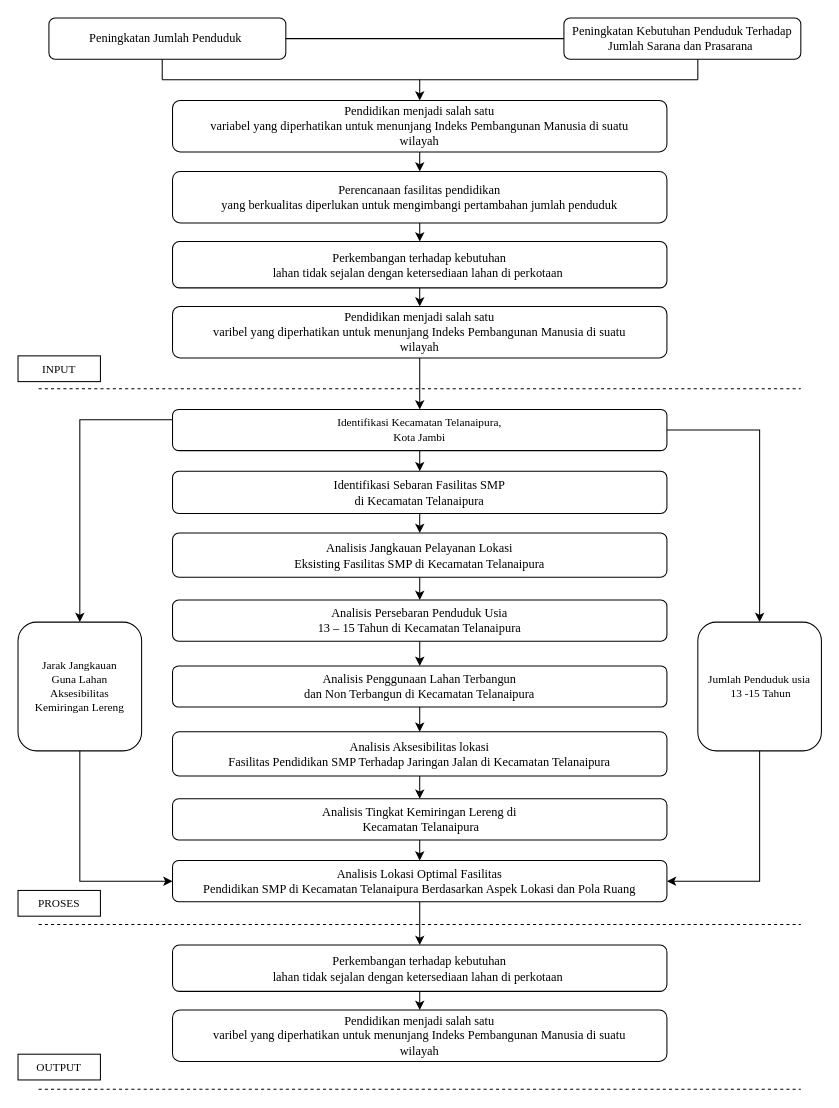
Before: Untitled Diagram.drawio in Farhan250502/KelasA, a draw.io diagram. Source tidied: cells renumbered, new cells numbered last; positions are measured from the earlier drawing's top-left corner, leaving out a move shared by most shapes. Both pictures are drawn from the tidied source at 103%, with x=0, y=0 at pixel (18, 18).
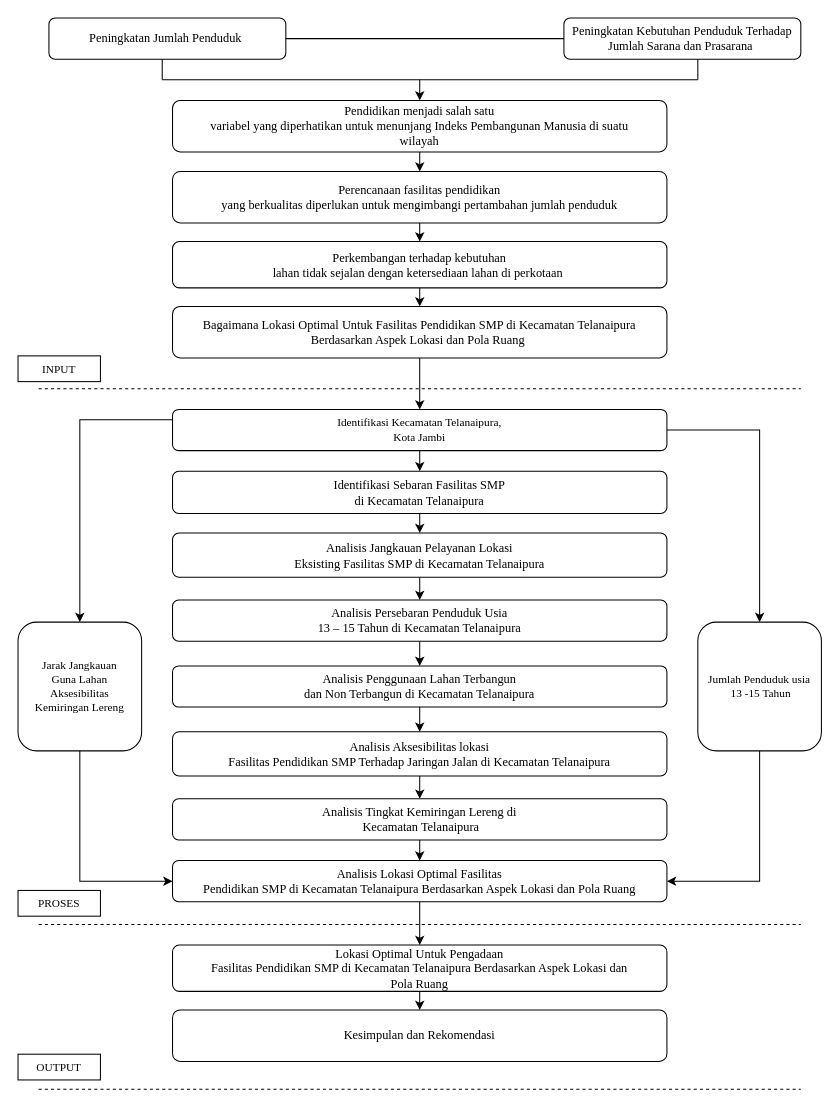
Above is the later version.

Diff of the diagram source:
```diff
@@
-    <mxCell id="15" value="&lt;p class=&quot;MsoNormal&quot; align=&quot;center&quot;&gt;&lt;span style=&quot;font-family: &amp;#34;times new roman&amp;#34; , serif&quot;&gt;Pendidikan menjadi salah satu&lt;br/&gt;varibel yang diperhatikan untuk menunjang Indeks Pembangunan Manusia di suatu&lt;br/&gt;wilayah&lt;/span&gt;&lt;/p&gt;" style="rounded=1;whiteSpace=wrap;html=1;" parent="1" vertex="1">
+    <mxCell id="15" value="&lt;p class=&quot;MsoNormal&quot; align=&quot;center&quot;&gt;&lt;font face=&quot;times new roman, serif&quot;&gt;Bagaimana Lokasi Optimal Untuk Fasilitas Pendidikan SMP di Kecamatan Telanaipura Berdasarkan Aspek Lokasi dan Pola Ruang&amp;nbsp;&lt;/font&gt;&lt;/p&gt;" style="rounded=1;whiteSpace=wrap;html=1;" parent="1" vertex="1">
       <mxGeometry x="150" y="280" width="480" height="50" as="geometry" />
     </mxCell>
@@
-    <mxCell id="35" value="&lt;p class=&quot;MsoNormal&quot; align=&quot;center&quot;&gt;&lt;span style=&quot;font-family: &amp;#34;times new roman&amp;#34; , serif&quot;&gt;Perkembangan terhadap kebutuhan&lt;br/&gt;lahan tidak sejalan dengan ketersediaan lahan di perkotaan&amp;nbsp;&lt;/span&gt;&lt;/p&gt;" style="rounded=1;whiteSpace=wrap;html=1;" parent="1" vertex="1">
+    <mxCell id="35" value="&lt;p class=&quot;MsoNormal&quot; align=&quot;center&quot;&gt;&lt;span style=&quot;font-family: &amp;#34;times new roman&amp;#34; , serif&quot;&gt;Lokasi Optimal Untuk Pengadaan&lt;br/&gt;Fasilitas Pendidikan SMP di Kecamatan Telanaipura Berdasarkan Aspek Lokasi dan&lt;br/&gt;Pola Ruang&lt;/span&gt;&lt;/p&gt;" style="rounded=1;whiteSpace=wrap;html=1;" parent="1" vertex="1">
       <mxGeometry x="150" y="900" width="480" height="45" as="geometry" />
     </mxCell>
-    <mxCell id="36" value="&lt;p class=&quot;MsoNormal&quot; align=&quot;center&quot;&gt;&lt;span style=&quot;font-family: &amp;#34;times new roman&amp;#34; , serif&quot;&gt;Pendidikan menjadi salah satu&lt;br/&gt;varibel yang diperhatikan untuk menunjang Indeks Pembangunan Manusia di suatu&lt;br/&gt;wilayah&lt;/span&gt;&lt;/p&gt;" style="rounded=1;whiteSpace=wrap;html=1;" parent="1" vertex="1">
+    <mxCell id="36" value="&lt;p class=&quot;MsoNormal&quot; align=&quot;center&quot;&gt;&lt;font face=&quot;times new roman, serif&quot;&gt;Kesimpulan dan Rekomendasi&lt;/font&gt;&lt;/p&gt;" style="rounded=1;whiteSpace=wrap;html=1;" parent="1" vertex="1">
       <mxGeometry x="150" y="963" width="480" height="50" as="geometry" />
     </mxCell>
```
